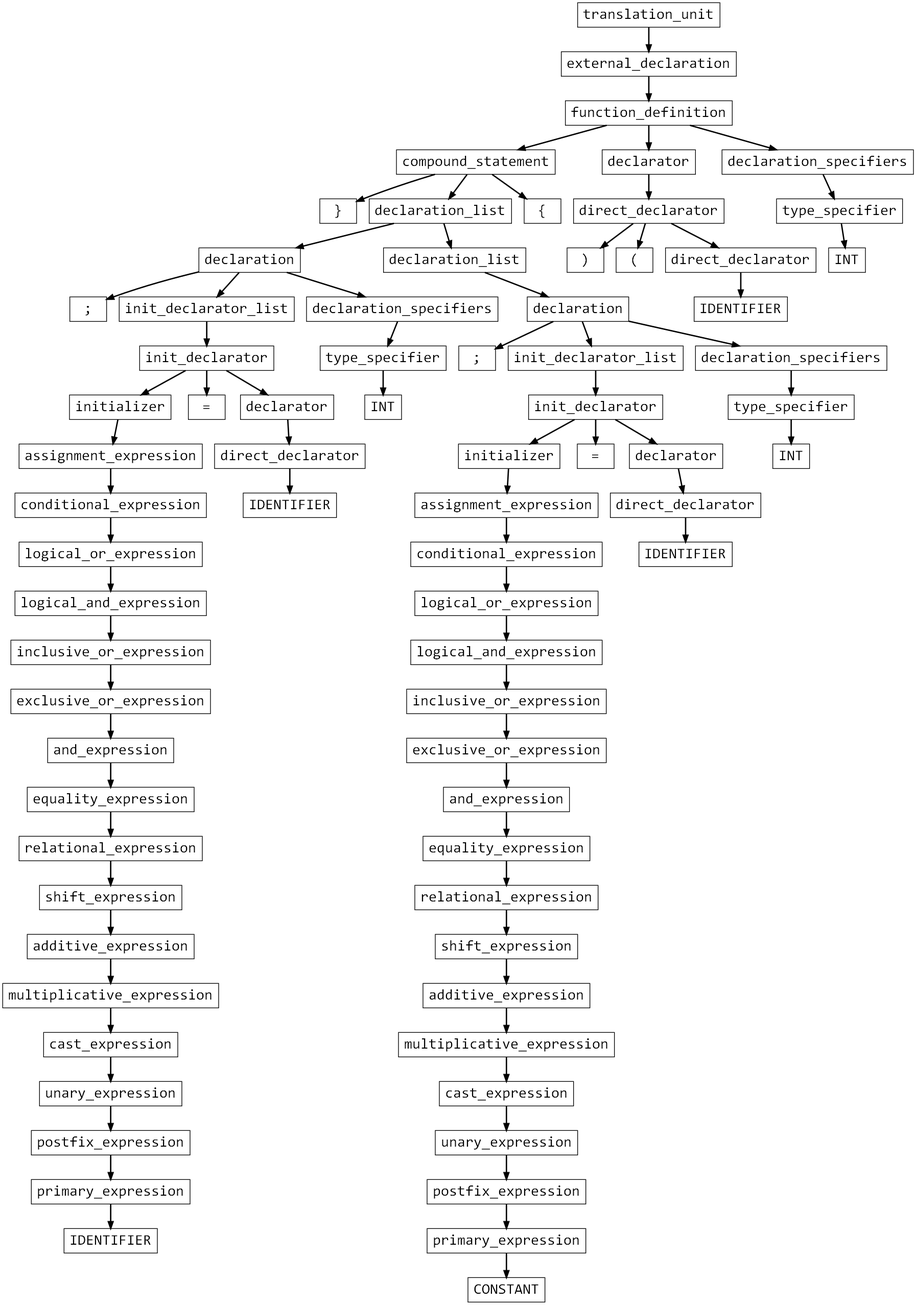
Before: asset/tree.png, a diagram exported from Graphviz (SleepinWei/compiler). Its source is kept beside it as asset/tree.dot.
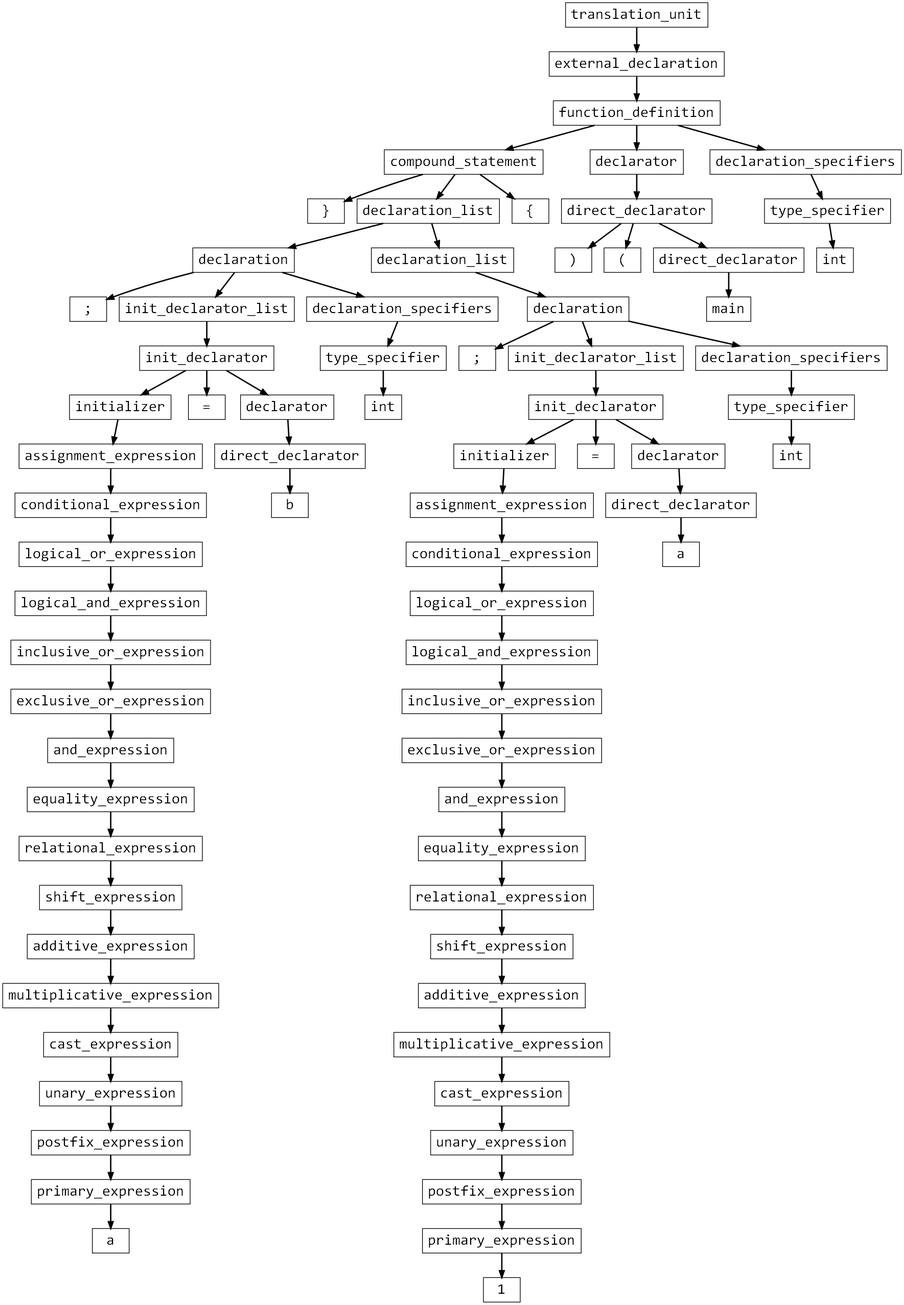
Later version of the same file.

Diff of the diagram source:
```diff
@@ -3,153 +3,153 @@
 fontsize = 10;
 node [shape=box, fontsize=22, fontname=Consolas];
 edge [style=bold]
--1215641888[label="translation_unit"];
--1215641888->-1215643616;
--1215643616[label="external_declaration"];
--1215643616->-1215644960;
--1215644960[label="function_definition"];
--1215644960->-1215643808;
--1215643808[label="compound_statement"];
--1215643808->-1215645536;
--1215645536[label="}"];
--1215643808->-1215645344;
--1215645344[label="declaration_list"];
--1215645344->-1215645728;
--1215645728[label="declaration"];
--1215645728->-1215642272;
--1215642272[label=";"];
--1215645728->-1215643040;
--1215643040[label="init_declarator_list"];
--1215643040->-1215644768;
--1215644768[label="init_declarator"];
--1215644768->-1215645920;
--1215645920[label="initializer"];
--1215645920->-1215646496;
--1215646496[label="assignment_expression"];
--1215646496->-1215646688;
--1215646688[label="conditional_expression"];
--1215646688->-1215646880;
--1215646880[label="logical_or_expression"];
--1215646880->-1215644000;
--1215644000[label="logical_and_expression"];
--1215644000->-1215647264;
--1215647264[label="inclusive_or_expression"];
--1215647264->-1215647456;
--1215647456[label="exclusive_or_expression"];
--1215647456->-1215646304;
--1215646304[label="and_expression"];
--1215646304->-1215646112;
--1215646112[label="equality_expression"];
--1215646112->-1215649376;
--1215649376[label="relational_expression"];
--1215649376->-1215647648;
--1215647648[label="shift_expression"];
--1215647648->-1215648032;
--1215648032[label="additive_expression"];
--1215648032->-1215649568;
--1215649568[label="multiplicative_expression"];
--1215649568->-1215644192;
--1215644192[label="cast_expression"];
--1215644192->-1215644576;
--1215644576[label="unary_expression"];
--1215644576->-1215647840;
--1215647840[label="postfix_expression"];
--1215647840->-1215649760;
--1215649760[label="primary_expression"];
--1215649760->-1215648224;
--1215648224[label="IDENTIFIER"];
--1215644768->-1215648416;
--1215648416[label="="];
--1215644768->-1215645152;
--1215645152[label="declarator"];
--1215645152->-1215648800;
--1215648800[label="direct_declarator"];
--1215648800->-1215647072;
--1215647072[label="IDENTIFIER"];
--1215645728->-1215648608;
--1215648608[label="declaration_specifiers"];
--1215648608->-1215644384;
--1215644384[label="type_specifier"];
--1215644384->-1215649184;
--1215649184[label="INT"];
--1215645344->-1215700432;
--1215700432[label="declaration_list"];
--1215700432->-1215701008;
--1215701008[label="declaration"];
--1215701008->-1215701392;
--1215701392[label=";"];
--1215701008->-1215699856;
--1215699856[label="init_declarator_list"];
--1215699856->-1215700048;
--1215700048[label="init_declarator"];
--1215700048->-1215701968;
--1215701968[label="initializer"];
--1215701968->-1215702352;
--1215702352[label="assignment_expression"];
--1215702352->-1215700240;
--1215700240[label="conditional_expression"];
--1215700240->-1215702160;
--1215702160[label="logical_or_expression"];
--1215702160->-1215702544;
--1215702544[label="logical_and_expression"];
--1215702544->-1215702736;
--1215702736[label="inclusive_or_expression"];
--1215702736->-1215699472;
--1215699472[label="exclusive_or_expression"];
--1215699472->-1215702928;
--1215702928[label="and_expression"];
--1215702928->-1215699664;
--1215699664[label="equality_expression"];
--1215699664->-1215701584;
--1215701584[label="relational_expression"];
--1215701584->-1215703120;
--1215703120[label="shift_expression"];
--1215703120->-1215701200;
--1215701200[label="additive_expression"];
--1215701200->-1215700816;
--1215700816[label="multiplicative_expression"];
--1215700816->-1215701776;
--1215701776[label="cast_expression"];
--1215701776->-1215700624;
--1215700624[label="unary_expression"];
--1215700624->-1165738480;
--1165738480[label="postfix_expression"];
--1165738480->-1165738864;
--1165738864[label="primary_expression"];
--1165738864->-1165739248;
--1165739248[label="CONSTANT"];
--1215700048->-1165739440;
--1165739440[label="="];
--1215700048->-1165739632;
--1165739632[label="declarator"];
--1165739632->-1165739824;
--1165739824[label="direct_declarator"];
--1165739824->-1165740208;
--1165740208[label="IDENTIFIER"];
--1215701008->-1165741936;
--1165741936[label="declaration_specifiers"];
--1165741936->-1165740400;
--1165740400[label="type_specifier"];
--1165740400->-1165738288;
--1165738288[label="INT"];
--1215643808->-1165740592;
--1165740592[label="{"];
--1215644960->-1165738672;
--1165738672[label="declarator"];
--1165738672->-1165740976;
--1165740976[label="direct_declarator"];
--1165740976->-1165741168;
--1165741168[label=")"];
--1165740976->-1165739056;
--1165739056[label="("];
--1165740976->-1165740784;
--1165740784[label="direct_declarator"];
--1165740784->-1165741360;
--1165741360[label="IDENTIFIER"];
--1215644960->-1165740016;
--1165740016[label="declaration_specifiers"];
--1165740016->-1165741744;
--1165741744[label="type_specifier"];
--1165741744->-1165741552;
--1165741552[label="INT"];
+-1039217088[label="translation_unit"];
+-1039217088->-1039220224;
+-1039220224[label="external_declaration"];
+-1039220224->-1039215744;
+-1039215744[label="function_definition"];
+-1039215744->-1039219104;
+-1039219104[label="compound_statement"];
+-1039219104->-1039925584;
+-1039925584[label="}"];
+-1039219104->-1039215072;
+-1039215072[label="declaration_list"];
+-1039215072->-1039248448;
+-1039248448[label="declaration"];
+-1039248448->-1039925808;
+-1039925808[label=";"];
+-1039248448->-1039248672;
+-1039248672[label="init_declarator_list"];
+-1039248672->-1039249344;
+-1039249344[label="init_declarator"];
+-1039249344->-1039249568;
+-1039249568[label="initializer"];
+-1039249568->-1039254944;
+-1039254944[label="assignment_expression"];
+-1039254944->-1039251136;
+-1039251136[label="conditional_expression"];
+-1039251136->-1039251360;
+-1039251360[label="logical_or_expression"];
+-1039251360->-1039255168;
+-1039255168[label="logical_and_expression"];
+-1039255168->-1039253824;
+-1039253824[label="inclusive_or_expression"];
+-1039253824->-1039250688;
+-1039250688[label="exclusive_or_expression"];
+-1039250688->-1039251584;
+-1039251584[label="and_expression"];
+-1039251584->-1039256064;
+-1039256064[label="equality_expression"];
+-1039256064->-1039250016;
+-1039250016[label="relational_expression"];
+-1039250016->-1039251808;
+-1039251808[label="shift_expression"];
+-1039251808->-1039255840;
+-1039255840[label="additive_expression"];
+-1039255840->-1039250464;
+-1039250464[label="multiplicative_expression"];
+-1039250464->-1039253600;
+-1039253600[label="cast_expression"];
+-1039253600->-1039255392;
+-1039255392[label="unary_expression"];
+-1039255392->-1039255616;
+-1039255616[label="postfix_expression"];
+-1039255616->-1039256288;
+-1039256288[label="primary_expression"];
+-1039256288->-1039926256;
+-1039926256[label="a"];
+-1039249344->-1039926480;
+-1039926480[label="="];
+-1039249344->-1039254048;
+-1039254048[label="declarator"];
+-1039254048->-1039252704;
+-1039252704[label="direct_declarator"];
+-1039252704->-1039926704;
+-1039926704[label="b"];
+-1039248448->-1039248896;
+-1039248896[label="declaration_specifiers"];
+-1039248896->-1039250240;
+-1039250240[label="type_specifier"];
+-1039250240->-1039926928;
+-1039926928[label="int"];
+-1039215072->-1039249120;
+-1039249120[label="declaration_list"];
+-1039249120->-1039252256;
+-1039252256[label="declaration"];
+-1039252256->-1039927152;
+-1039927152[label=";"];
+-1039252256->-1039252928;
+-1039252928[label="init_declarator_list"];
+-1039252928->-1039254496;
+-1039254496[label="init_declarator"];
+-1039254496->-1039252032;
+-1039252032[label="initializer"];
+-1039252032->-1039253376;
+-1039253376[label="assignment_expression"];
+-1039253376->-1039252480;
+-1039252480[label="conditional_expression"];
+-1039252480->-1039254272;
+-1039254272[label="logical_or_expression"];
+-1039254272->-1039249792;
+-1039249792[label="logical_and_expression"];
+-1039249792->-1039253152;
+-1039253152[label="inclusive_or_expression"];
+-1039253152->-1039250912;
+-1039250912[label="exclusive_or_expression"];
+-1039250912->-1039254720;
+-1039254720[label="and_expression"];
+-1039254720->-1039282464;
+-1039282464[label="equality_expression"];
+-1039282464->-1039283136;
+-1039283136[label="relational_expression"];
+-1039283136->-1039282240;
+-1039282240[label="shift_expression"];
+-1039282240->-1039283584;
+-1039283584[label="additive_expression"];
+-1039283584->-1039284032;
+-1039284032[label="multiplicative_expression"];
+-1039284032->-1039284256;
+-1039284256[label="cast_expression"];
+-1039284256->-1039282688;
+-1039282688[label="unary_expression"];
+-1039282688->-1039284704;
+-1039284704[label="postfix_expression"];
+-1039284704->-1039285600;
+-1039285600[label="primary_expression"];
+-1039285600->-1039927376;
+-1039927376[label="1"];
+-1039254496->-1039927600;
+-1039927600[label="="];
+-1039254496->-1039284928;
+-1039284928[label="declarator"];
+-1039284928->-1039283360;
+-1039283360[label="direct_declarator"];
+-1039283360->-1039928848;
+-1039928848[label="a"];
+-1039252256->-1039282016;
+-1039282016[label="declaration_specifiers"];
+-1039282016->-1039285152;
+-1039285152[label="type_specifier"];
+-1039285152->-1040109056;
+-1040109056[label="int"];
+-1039219104->-1040109280;
+-1040109280[label="{"];
+-1039215744->-1039285376;
+-1039285376[label="declarator"];
+-1039285376->-1039283808;
+-1039283808[label="direct_declarator"];
+-1039283808->-1040109504;
+-1040109504[label=")"];
+-1039283808->-1040102464;
+-1040102464[label="("];
+-1039283808->-1039282912;
+-1039282912[label="direct_declarator"];
+-1039282912->-1040102688;
+-1040102688[label="main"];
+-1039215744->-1039284480;
+-1039284480[label="declaration_specifiers"];
+-1039284480->-1039601600;
+-1039601600[label="type_specifier"];
+-1039601600->-1040022432;
+-1040022432[label="int"];
 }
```
